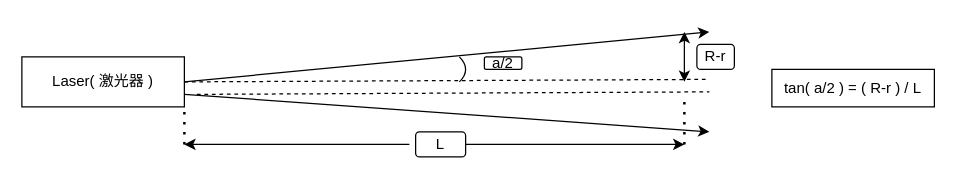
The draw.io diagram 模型.drawio in zhongyupei666/java-, before the edit. Source tidied: cells renumbered, new cells numbered last; positions are measured from the earlier drawing's top-left corner, leaving out a move shared by most shapes. Both pictures are drawn from the tidied source at 125%, with x=0, y=0 at pixel (21, 31).
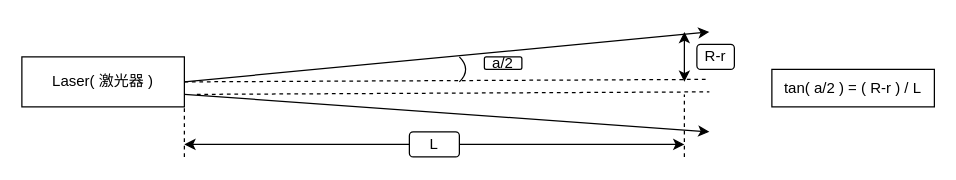
After the change.

The change refers to these unchanged cells:
```xml
<mxCell id="2" value="Laser( 激光器 )" style="rounded=0;whiteSpace=wrap;html=1;" parent="1" vertex="1">
  <mxGeometry y="20" width="130" height="40" as="geometry" />
</mxCell>
```

Diff of the diagram source:
```diff
@@
-    <mxCell id="7" style="endArrow=none;dashed=1;html=1;dashPattern=1 3;strokeWidth=2;rounded=0;entryX=1;entryY=1;entryDx=0;entryDy=0;" parent="1" edge="1" target="2">
-      <mxGeometry relative="1" as="geometry">
-        <mxPoint x="130" y="90" as="sourcePoint" />
-      </mxGeometry>
-    </mxCell>
-    <mxCell id="8" style="endArrow=none;dashed=1;html=1;dashPattern=1 3;strokeWidth=2;rounded=0;" parent="1" edge="1">
-      <mxGeometry relative="1" as="geometry">
-        <mxPoint x="530" y="90" as="sourcePoint" />
-        <mxPoint x="530" y="50" as="targetPoint" />
-      </mxGeometry>
-    </mxCell>
     <mxCell id="9" value="L" style="rounded=1;whiteSpace=wrap;html=1;" parent="1" vertex="1">
-      <mxGeometry x="315" y="80" width="40" height="20" as="geometry" />
+      <mxGeometry x="310" y="80" width="40" height="20" as="geometry" />
     </mxCell>
@@
+    <mxCell id="17" style="endArrow=none;dashed=1;html=1;rounded=0;entryX=1;entryY=1;entryDx=0;entryDy=0;" parent="1" edge="1" target="2">
+      <mxGeometry relative="1" as="geometry">
+        <mxPoint x="130" y="100" as="sourcePoint" />
+      </mxGeometry>
+    </mxCell>
+    <mxCell id="18" style="endArrow=none;dashed=1;html=1;rounded=0;" parent="1" edge="1">
+      <mxGeometry relative="1" as="geometry">
+        <mxPoint x="530" y="100" as="sourcePoint" />
+        <mxPoint x="530" y="50" as="targetPoint" />
+      </mxGeometry>
+    </mxCell>
```
